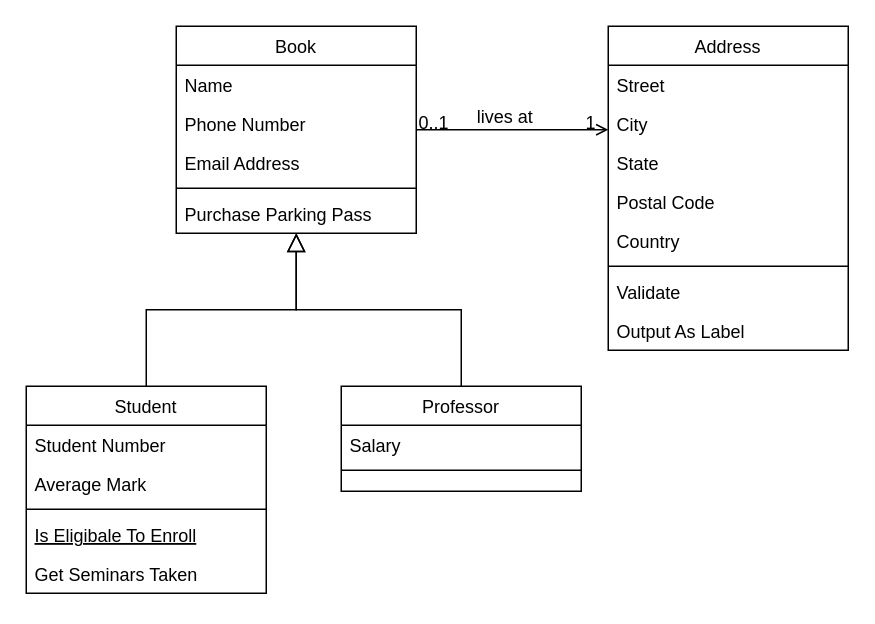
This is Week2Q2.drawio from TanCheeHon/Week2ClassDiagram, a draw.io file, before an edit. Source tidied: cells renumbered, new cells numbered last; positions are measured from the earlier drawing's top-left corner, leaving out a move shared by most shapes. Both pictures are drawn from the tidied source at 150%, with x=0, y=0 at pixel (26, 26).
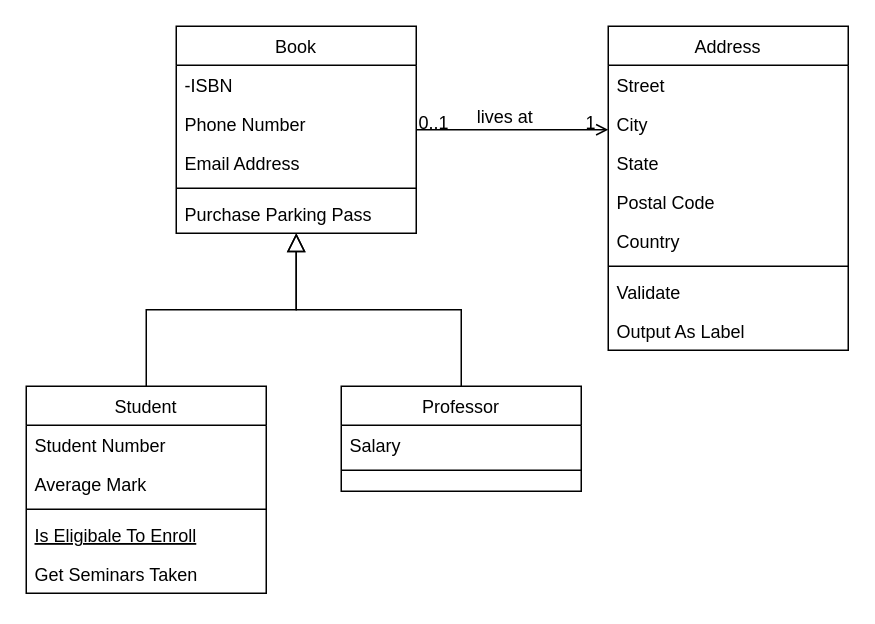
The same page after the edit.

Unchanged cells that the change refers to:
```xml
<mxCell id="2" value="Book" style="swimlane;fontStyle=0;align=center;verticalAlign=top;horizontal=1;startSize=26;rounded=0;shadow=0;strokeWidth=1;" parent="1" vertex="1">
  <mxGeometry x="100" width="160" height="138" as="geometry" />
</mxCell>
```

Change to the diagram source:
```diff
@@
-    <mxCell id="3" value="Name" style="text;align=left;verticalAlign=top;spacingLeft=4;spacingRight=4;overflow=hidden;" parent="2" vertex="1">
+    <mxCell id="3" value="-ISBN" style="text;align=left;verticalAlign=top;spacingLeft=4;spacingRight=4;overflow=hidden;" parent="2" vertex="1">
       <mxGeometry y="26" width="160" height="26" as="geometry" />
     </mxCell>
```
